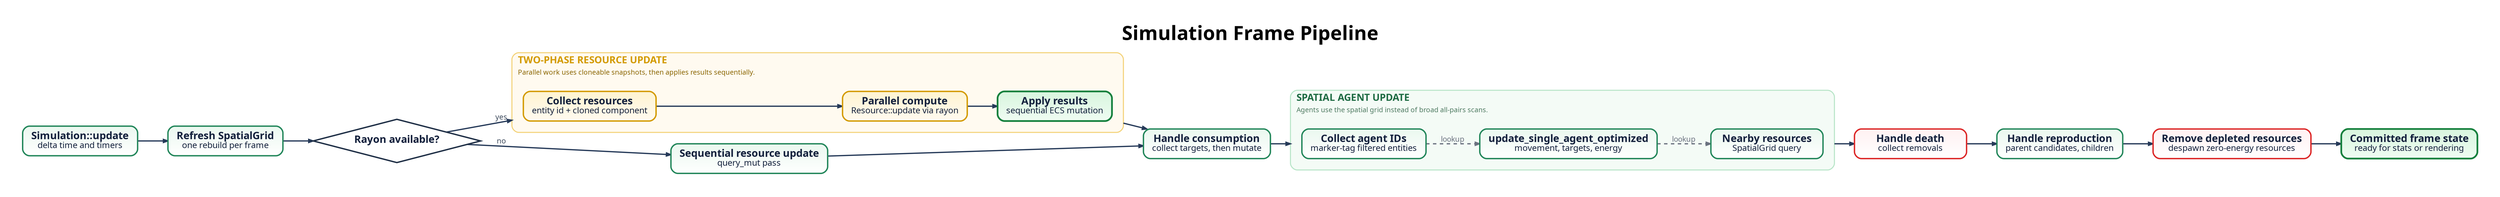
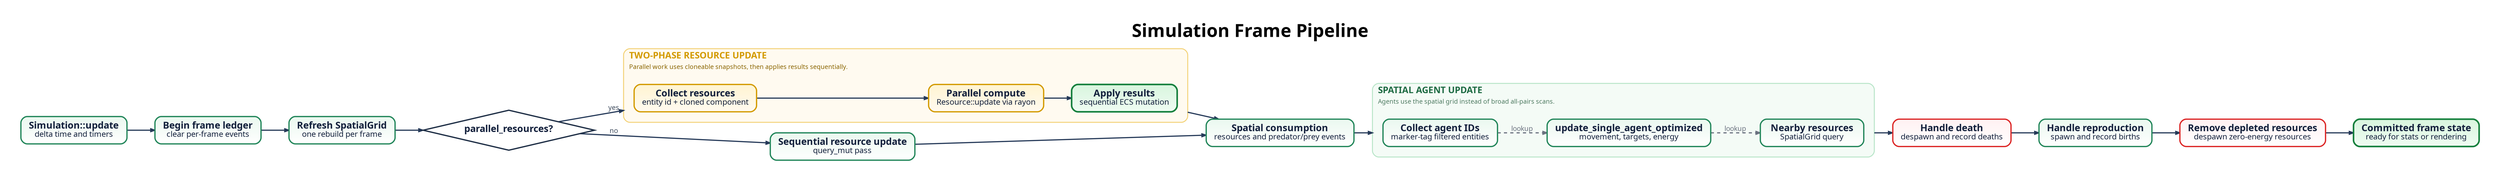
digraph BattleOFramePipeline {
  graph [
    rankdir=LR,
    bgcolor="#ffffff",
    pad="0.55",
    nodesep="0.48",
    ranksep="0.72",
    splines=polyline,
    outputorder=edgesfirst,
    compound=true,
    newrank=true,
    forcelabels=true,
    fontname="Avenir",
    label=<
      <TABLE BORDER="0" CELLBORDER="0" CELLSPACING="0" CELLPADDING="0">
        <TR><TD><FONT POINT-SIZE="34"><B>Simulation Frame Pipeline</B></FONT></TD></TR>
      </TABLE>
    >,
    labelloc=t,
    labeljust=c
  ];

  node [
    shape=box,
    style="rounded,filled",
    margin="0.21,0.13",
    width=2.72,
    height=0.72,
    fixedsize=false,
    fontname="Avenir",
    fontsize=18,
    penwidth=2.4,
    fontcolor="#14213d",
    color="#2264c7",
    fillcolor="#eaf3ff:#ffffff",
    gradientangle=270
  ];

  edge [
    color="#263a59",
    fontname="Avenir",
    fontsize=13,
    fontcolor="#3d4a5c",
    penwidth=2.2,
    arrowsize=0.78
  ];

  start [label=<<B>Simulation::update</B><BR/><FONT POINT-SIZE="15">delta time and timers</FONT>>, fillcolor="#eaf8ef:#ffffff", color="#22865a"];
+   event_start [label=<<B>Begin frame ledger</B><BR/><FONT POINT-SIZE="15">clear per-frame events</FONT>>, fillcolor="#eaf8ef:#ffffff", color="#22865a"];
  grid [label=<<B>Refresh SpatialGrid</B><BR/><FONT POINT-SIZE="15">one rebuild per frame</FONT>>, fillcolor="#eaf8ef:#ffffff", color="#22865a"];
-   rayon [label=<<B>Rayon available?</B>>, shape=diamond, style=filled, width=2.25, height=1.05, fillcolor="#ffffff", color="#1f2f46", penwidth=2.4];
+   rayon [label=<<B>parallel_resources?</B>>, shape=diamond, style=filled, width=2.25, height=1.05, fillcolor="#ffffff", color="#1f2f46", penwidth=2.4];

  subgraph cluster_resource_parallel {
    graph [
      label=<
        <TABLE BORDER="0" CELLBORDER="0" CELLSPACING="0" CELLPADDING="2">
          <TR><TD ALIGN="LEFT"><FONT POINT-SIZE="17" COLOR="#d39a00"><B>TWO-PHASE RESOURCE UPDATE</B></FONT></TD></TR>
          <TR><TD ALIGN="LEFT"><FONT POINT-SIZE="12" COLOR="#8a6500">Parallel work uses cloneable snapshots, then applies results sequentially.</FONT></TD></TR>
        </TABLE>
      >,
      labelloc=t,
      labeljust=l,
      color="#f3d278",
      fillcolor="#fffaf0",
      style="rounded,filled",
      penwidth=1.8,
      margin=20
    ];

    collect_resources [label=<<B>Collect resources</B><BR/><FONT POINT-SIZE="15">entity id + cloned component</FONT>>, fillcolor="#fff4d1:#fffaf0", color="#d39a00"];
    compute_resources [label=<<B>Parallel compute</B><BR/><FONT POINT-SIZE="15">Resource::update via rayon</FONT>>, fillcolor="#fff4d1:#fffaf0", color="#d39a00"];
    apply_resources [label=<<B>Apply results</B><BR/><FONT POINT-SIZE="15">sequential ECS mutation</FONT>>, fillcolor="#d8f5de:#effcf2", color="#15803d", penwidth=3.0];

    collect_resources -> compute_resources -> apply_resources;
  }

  resource_seq [label=<<B>Sequential resource update</B><BR/><FONT POINT-SIZE="15">query_mut pass</FONT>>, fillcolor="#eaf8ef:#ffffff", color="#22865a"];
-   consumption [label=<<B>Handle consumption</B><BR/><FONT POINT-SIZE="15">collect targets, then mutate</FONT>>, fillcolor="#eaf8ef:#ffffff", color="#22865a"];
+   consumption [label=<<B>Spatial consumption</B><BR/><FONT POINT-SIZE="15">resources and predator/prey events</FONT>>, fillcolor="#eaf8ef:#ffffff", color="#22865a"];

  subgraph cluster_agents {
    graph [
      label=<
        <TABLE BORDER="0" CELLBORDER="0" CELLSPACING="0" CELLPADDING="2">
          <TR><TD ALIGN="LEFT"><FONT POINT-SIZE="17" COLOR="#1e6b43"><B>SPATIAL AGENT UPDATE</B></FONT></TD></TR>
          <TR><TD ALIGN="LEFT"><FONT POINT-SIZE="12" COLOR="#4e7a61">Agents use the spatial grid instead of broad all-pairs scans.</FONT></TD></TR>
        </TABLE>
      >,
      labelloc=t,
      labeljust=l,
      color="#b8e5c8",
      fillcolor="#f4fbf6",
      style="rounded,filled",
      penwidth=1.8,
      margin=20
    ];

    collect_agents [label=<<B>Collect agent IDs</B><BR/><FONT POINT-SIZE="15">marker-tag filtered entities</FONT>>, fillcolor="#eaf8ef:#ffffff", color="#22865a"];
    update_agents [label=<<B>update_single_agent_optimized</B><BR/><FONT POINT-SIZE="15">movement, targets, energy</FONT>>, fillcolor="#eaf8ef:#ffffff", color="#22865a"];
    nearby [label=<<B>Nearby resources</B><BR/><FONT POINT-SIZE="15">SpatialGrid query</FONT>>, fillcolor="#eaf8ef:#ffffff", color="#22865a"];

    collect_agents -> update_agents -> nearby [style=dashed, label="lookup", color="#6b7280", fontcolor="#6b7280"];
  }

-   death [label=<<B>Handle death</B><BR/><FONT POINT-SIZE="15">collect removals</FONT>>, fillcolor="#fff1f2:#ffffff", color="#dc2626"];
-   reproduction [label=<<B>Handle reproduction</B><BR/><FONT POINT-SIZE="15">parent candidates, children</FONT>>, fillcolor="#eaf8ef:#ffffff", color="#22865a"];
+   death [label=<<B>Handle death</B><BR/><FONT POINT-SIZE="15">despawn and record deaths</FONT>>, fillcolor="#fff1f2:#ffffff", color="#dc2626"];
+   reproduction [label=<<B>Handle reproduction</B><BR/><FONT POINT-SIZE="15">spawn and record births</FONT>>, fillcolor="#eaf8ef:#ffffff", color="#22865a"];
  depletion [label=<<B>Remove depleted resources</B><BR/><FONT POINT-SIZE="15">despawn zero-energy resources</FONT>>, fillcolor="#fff1f2:#ffffff", color="#dc2626"];
  end [label=<<B>Committed frame state</B><BR/><FONT POINT-SIZE="15">ready for stats or rendering</FONT>>, fillcolor="#d8f5de:#effcf2", color="#15803d", penwidth=3.0];

-   start -> grid -> rayon;
+   start -> event_start -> grid -> rayon;
  rayon -> collect_resources [label="yes", lhead=cluster_resource_parallel];
  rayon -> resource_seq [label="no"];
  apply_resources -> consumption [ltail=cluster_resource_parallel];
  resource_seq -> consumption;
  consumption -> collect_agents [lhead=cluster_agents];
  nearby -> death [ltail=cluster_agents];
  death -> reproduction -> depletion -> end;
}
